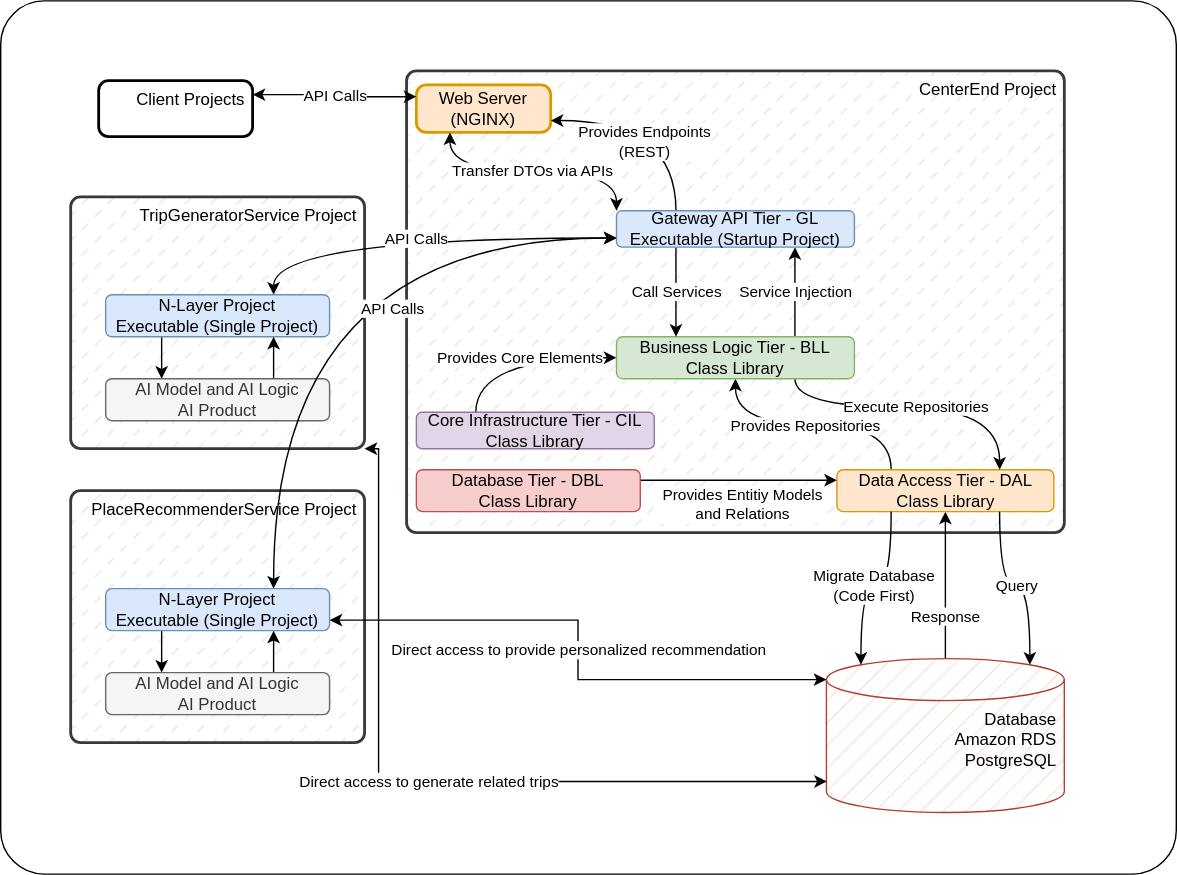
Earlier version of the draw.io export assets/diagrams/software-architecture.svg (KahlerYasla/wayou-lt). Source tidied: cells renumbered, new cells last; positions are measured from the earlier drawing's top-left corner, leaving out a move shared by most shapes.
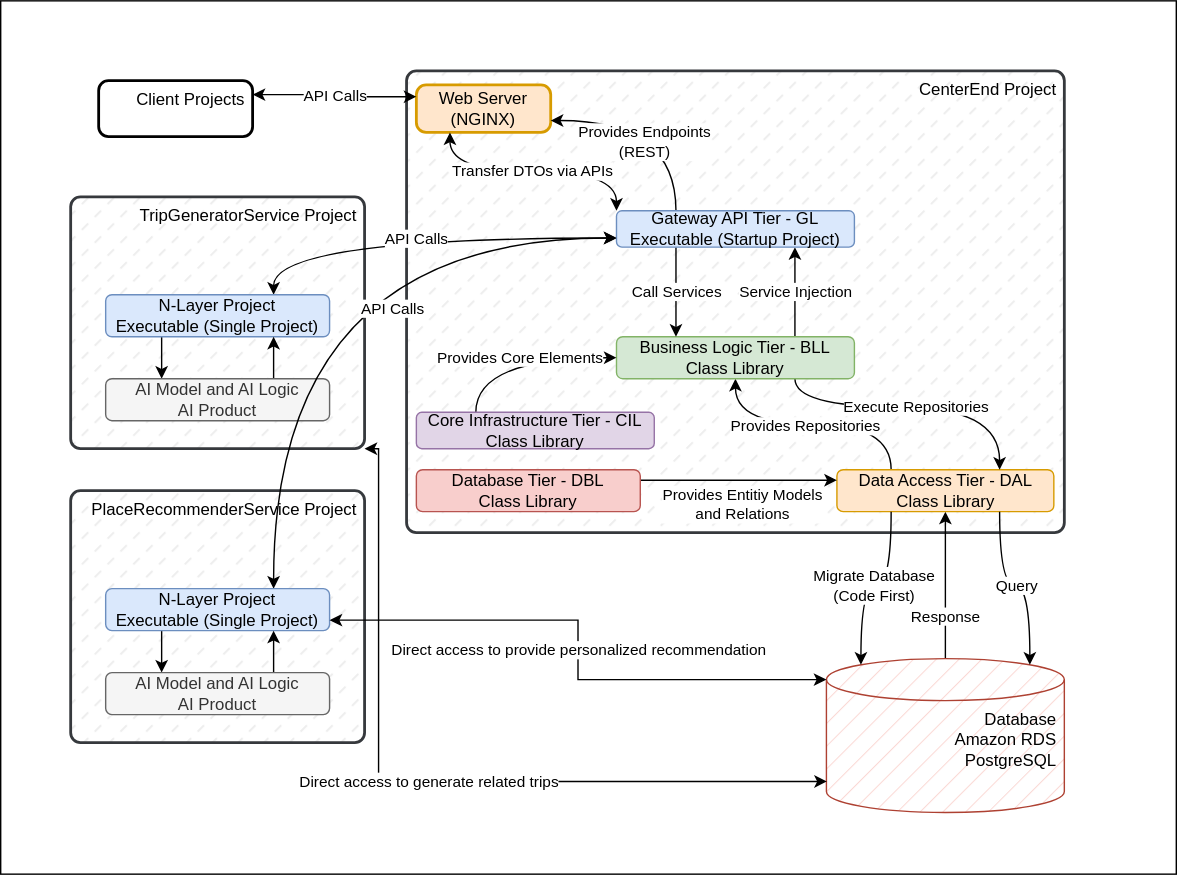
The same diagram one commit later.

Diff of the diagram source:
```diff
@@ -2,7 +2,7 @@
   <root>
     <mxCell id="0" />
     <mxCell id="1" parent="0" />
-    <mxCell id="2" style="rounded=1;whiteSpace=wrap;html=1;arcSize=5;" parent="1" vertex="1">
+    <mxCell id="2" style="rounded=0;whiteSpace=wrap;html=1;arcSize=5;" parent="1" vertex="1">
       <mxGeometry width="840" height="624" as="geometry" />
     </mxCell>
     <mxCell id="3" value="Client Projects " style="rounded=1;absoluteArcSize=1;arcSize=14;whiteSpace=wrap;strokeWidth=2;align=right;verticalAlign=top;shadow=0;" parent="1" vertex="1">
```
